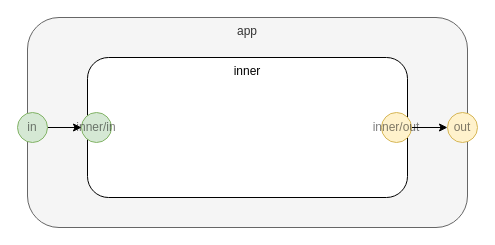
Before: page "hwapp" (1 of 8) of v2/hello.drawio in guitarvydas/asc-manually, a draw.io diagram. Source tidied: cells renumbered, new cells numbered last; positions are measured from the earlier drawing's top-left corner, leaving out a move shared by most shapes. Both pictures are drawn from the tidied source at 100%, with x=0, y=0 at pixel (17, 17).
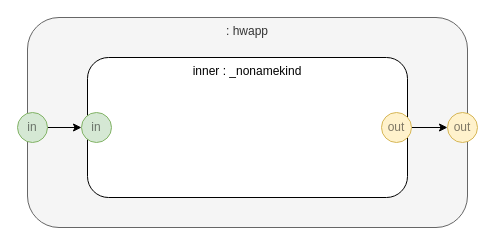
After the change.

Diff of the diagram source:
```diff
@@
 <mxGraphModel>
   <root>
     <mxCell id="0" />
     <mxCell id="1" parent="0" />
-    <mxCell id="2" value="app" style="rounded=1;whiteSpace=wrap;html=1;verticalAlign=top;fillColor=#f5f5f5;strokeColor=#666666;fontColor=#333333;" parent="1" vertex="1">
+    <mxCell id="2" value=": hwapp" style="rounded=1;whiteSpace=wrap;html=1;verticalAlign=top;fillColor=#f5f5f5;strokeColor=#666666;fontColor=#333333;" parent="1" vertex="1">
       <mxGeometry x="10" width="440" height="210" as="geometry" />
     </mxCell>
-    <mxCell id="3" value="inner" style="rounded=1;whiteSpace=wrap;html=1;verticalAlign=top;" parent="1" vertex="1">
+    <mxCell id="3" value="inner : _nonamekind" style="rounded=1;whiteSpace=wrap;html=1;verticalAlign=top;" parent="1" vertex="1">
       <mxGeometry x="70" y="40" width="320" height="140" as="geometry" />
     </mxCell>
     <mxCell id="4" value="out" style="ellipse;whiteSpace=wrap;html=1;fillColor=#fff2cc;align=center;strokeColor=#d6b656;textOpacity=50;" parent="1" vertex="1">
       <mxGeometry x="430" y="95" width="30" height="30" as="geometry" />
     </mxCell>
     <mxCell id="5" style="edgeStyle=orthogonalEdgeStyle;rounded=0;jettySize=auto;html=1;exitX=1;exitY=0.5;exitDx=0;exitDy=0;entryX=0;entryY=0.5;entryDx=0;entryDy=0;" parent="1" edge="1" source="6" target="7">
       <mxGeometry relative="1" as="geometry" />
     </mxCell>
     <mxCell id="6" value="in" style="ellipse;whiteSpace=wrap;html=1;fillColor=#d5e8d4;align=center;strokeColor=#82b366;textOpacity=50;" parent="1" vertex="1">
       <mxGeometry y="95" width="30" height="30" as="geometry" />
     </mxCell>
-    <mxCell id="7" value="inner/in" style="ellipse;whiteSpace=wrap;html=1;fillColor=#d5e8d4;align=center;strokeColor=#82b366;textOpacity=50;" parent="1" vertex="1">
+    <mxCell id="7" value="in" style="ellipse;whiteSpace=wrap;html=1;fillColor=#d5e8d4;align=center;strokeColor=#82b366;textOpacity=50;" parent="1" vertex="1">
       <mxGeometry x="64" y="95" width="30" height="30" as="geometry" />
     </mxCell>
     <mxCell id="8" style="edgeStyle=orthogonalEdgeStyle;rounded=0;jettySize=auto;html=1;exitX=1;exitY=0.5;exitDx=0;exitDy=0;" parent="1" edge="1" source="9" target="4">
       <mxGeometry relative="1" as="geometry" />
     </mxCell>
-    <mxCell id="9" value="inner/out" style="ellipse;whiteSpace=wrap;html=1;fillColor=#fff2cc;align=center;strokeColor=#d6b656;textOpacity=50;" parent="1" vertex="1">
+    <mxCell id="9" value="out" style="ellipse;whiteSpace=wrap;html=1;fillColor=#fff2cc;align=center;strokeColor=#d6b656;textOpacity=50;" parent="1" vertex="1">
       <mxGeometry x="364" y="95" width="30" height="30" as="geometry" />
     </mxCell>
   </root>
 </mxGraphModel>
```
